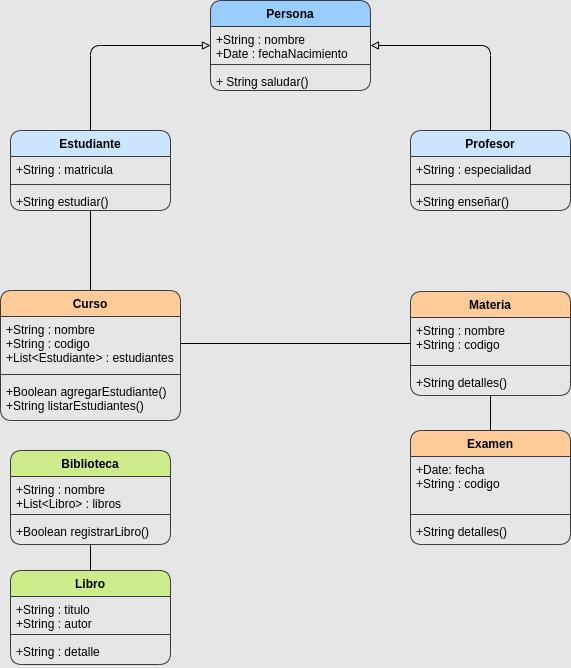
Above: img/diagrama-clases-academica.drawio.png in alexfdb/gestion-academica (draw.io), before the change. Source tidied: cells renumbered, new cells last; positions are measured from the earlier drawing's top-left corner, leaving out a move shared by most shapes.
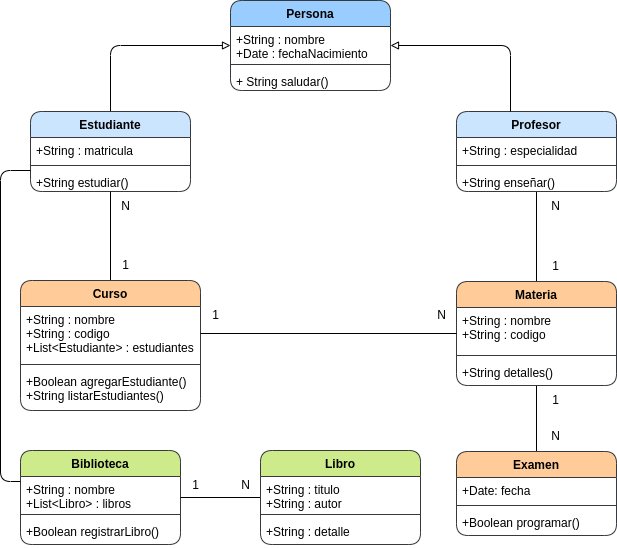
After the commit.

Diff of the diagram source:
```diff
@@ -1,4 +1,4 @@
-<mxGraphModel background="#E6E6E6">
+<mxGraphModel>
   <root>
     <mxCell id="0" />
     <mxCell id="1" parent="0" />
@@ -22,7 +22,7 @@
       </mxGeometry>
     </mxCell>
     <mxCell id="7" value="Estudiante" style="swimlane;fontStyle=1;align=center;verticalAlign=top;horizontal=1;startSize=26;rounded=1;fillColor=#cce5ff;strokeColor=#36393d;" parent="1" vertex="1">
-      <mxGeometry x="10" y="130" width="160" height="80" as="geometry" />
+      <mxGeometry x="10" y="111" width="160" height="80" as="geometry" />
     </mxCell>
     <mxCell id="8" value="+String : matricula" style="text;strokeColor=none;fillColor=none;align=left;verticalAlign=top;spacingLeft=4;spacingRight=4;overflow=hidden;rounded=1;" parent="7" vertex="1">
       <mxGeometry y="26" width="160" height="24" as="geometry" />
@@ -33,8 +33,11 @@
     <mxCell id="10" value="+String estudiar()" style="text;strokeColor=none;fillColor=none;align=left;verticalAlign=top;spacingLeft=4;spacingRight=4;overflow=hidden;rounded=1;" parent="7" vertex="1">
       <mxGeometry y="58" width="160" height="22" as="geometry" />
     </mxCell>
+    <mxCell id="40" style="edgeStyle=orthogonalEdgeStyle;html=1;endArrow=none;endFill=0;" parent="1" edge="1" source="11" target="26">
+      <mxGeometry relative="1" as="geometry" />
+    </mxCell>
     <mxCell id="11" value="Profesor&#10;" style="swimlane;fontStyle=1;align=center;verticalAlign=top;horizontal=1;startSize=26;rounded=1;fillColor=#cce5ff;strokeColor=#36393d;" parent="1" vertex="1">
-      <mxGeometry x="410" y="130" width="160" height="80" as="geometry" />
+      <mxGeometry x="436" y="111" width="160" height="80" as="geometry" />
     </mxCell>
     <mxCell id="12" value="+String : especialidad" style="text;strokeColor=none;fillColor=none;align=left;verticalAlign=top;spacingLeft=4;spacingRight=4;overflow=hidden;rounded=1;" parent="11" vertex="1">
       <mxGeometry y="26" width="160" height="24" as="geometry" />
@@ -45,7 +48,7 @@
     <mxCell id="14" value="+String enseñar()" style="text;strokeColor=none;fillColor=none;align=left;verticalAlign=top;spacingLeft=4;spacingRight=4;overflow=hidden;rounded=1;" parent="11" vertex="1">
       <mxGeometry y="58" width="160" height="22" as="geometry" />
     </mxCell>
-    <mxCell id="15" style="edgeStyle=orthogonalEdgeStyle;html=1;exitX=0.5;exitY=0;exitDx=0;exitDy=0;endArrow=block;endFill=0;rounded=1;" parent="1" edge="1" source="11" target="2">
+    <mxCell id="15" style="edgeStyle=orthogonalEdgeStyle;html=1;endArrow=block;endFill=0;rounded=1;" parent="1" edge="1" source="11" target="2">
       <mxGeometry relative="1" as="geometry">
         <Array as="points">
           <mxPoint x="490" y="45" />
@@ -56,7 +59,7 @@
       <mxGeometry relative="1" as="geometry" />
     </mxCell>
     <mxCell id="17" value="Curso" style="swimlane;fontStyle=1;align=center;verticalAlign=top;horizontal=1;startSize=26;fillColor=#ffcc99;strokeColor=#36393d;rounded=1;" parent="1" vertex="1">
-      <mxGeometry y="290" width="180" height="130" as="geometry" />
+      <mxGeometry y="280" width="180" height="130" as="geometry" />
     </mxCell>
     <mxCell id="18" value="+String : nombre&#10;+String : codigo&#10;+List&lt;Estudiante&gt; : estudiantes" style="text;strokeColor=none;fillColor=none;align=left;verticalAlign=top;spacingLeft=4;spacingRight=4;overflow=hidden;points=[[0,0.5],[1,0.5]];portConstraint=eastwest;rounded=1;" parent="17" vertex="1">
       <mxGeometry y="26" width="180" height="54" as="geometry" />
@@ -71,19 +74,19 @@
       <mxGeometry relative="1" as="geometry" />
     </mxCell>
     <mxCell id="22" value="Examen" style="swimlane;fontStyle=1;align=center;verticalAlign=top;horizontal=1;startSize=26;fillColor=#ffcc99;strokeColor=#36393d;rounded=1;" parent="1" vertex="1">
-      <mxGeometry x="410" y="430" width="160" height="114" as="geometry" />
+      <mxGeometry x="436" y="451" width="160" height="84" as="geometry" />
     </mxCell>
-    <mxCell id="23" value="+Date: fecha&#10;+String : codigo" style="text;strokeColor=none;fillColor=none;align=left;verticalAlign=top;spacingLeft=4;spacingRight=4;overflow=hidden;rounded=1;" parent="22" vertex="1">
-      <mxGeometry y="26" width="160" height="54" as="geometry" />
+    <mxCell id="23" value="+Date: fecha" style="text;strokeColor=none;fillColor=none;align=left;verticalAlign=top;spacingLeft=4;spacingRight=4;overflow=hidden;rounded=1;" parent="22" vertex="1">
+      <mxGeometry y="26" width="160" height="24" as="geometry" />
     </mxCell>
     <mxCell id="24" style="line;strokeWidth=1;fillColor=none;align=left;verticalAlign=middle;spacingTop=-1;spacingLeft=3;spacingRight=3;labelPosition=right;strokeColor=inherit;rounded=1;" parent="22" vertex="1">
-      <mxGeometry y="80" width="160" height="8" as="geometry" />
+      <mxGeometry y="50" width="160" height="8" as="geometry" />
     </mxCell>
-    <mxCell id="25" value="+String detalles()" style="text;strokeColor=none;fillColor=none;align=left;verticalAlign=top;spacingLeft=4;spacingRight=4;overflow=hidden;rounded=1;" parent="22" vertex="1">
-      <mxGeometry y="88" width="160" height="26" as="geometry" />
+    <mxCell id="25" value="+Boolean programar()" style="text;strokeColor=none;fillColor=none;align=left;verticalAlign=top;spacingLeft=4;spacingRight=4;overflow=hidden;rounded=1;" parent="22" vertex="1">
+      <mxGeometry y="58" width="160" height="26" as="geometry" />
     </mxCell>
     <mxCell id="26" value="Materia" style="swimlane;fontStyle=1;align=center;verticalAlign=top;horizontal=1;startSize=26;fillColor=#ffcc99;strokeColor=#36393d;rounded=1;" parent="1" vertex="1">
-      <mxGeometry x="410" y="291" width="160" height="104" as="geometry" />
+      <mxGeometry x="436" y="281" width="160" height="104" as="geometry" />
     </mxCell>
     <mxCell id="27" value="+String : nombre&#10;+String : codigo" style="text;strokeColor=none;fillColor=none;align=left;verticalAlign=top;spacingLeft=4;spacingRight=4;overflow=hidden;rounded=1;" parent="26" vertex="1">
       <mxGeometry y="26" width="160" height="44" as="geometry" />
@@ -98,7 +101,7 @@
       <mxGeometry relative="1" as="geometry" />
     </mxCell>
     <mxCell id="31" value="Biblioteca" style="swimlane;fontStyle=1;align=center;verticalAlign=top;horizontal=1;startSize=26;fillColor=#cdeb8b;strokeColor=#36393d;rounded=1;" parent="1" vertex="1">
-      <mxGeometry x="10" y="450" width="160" height="94" as="geometry" />
+      <mxGeometry y="450" width="160" height="94" as="geometry" />
     </mxCell>
     <mxCell id="32" value="+String : nombre&#10;+List&lt;Libro&gt; : libros" style="text;strokeColor=none;fillColor=none;align=left;verticalAlign=top;spacingLeft=4;spacingRight=4;overflow=hidden;rounded=1;" parent="31" vertex="1">
       <mxGeometry y="26" width="160" height="34" as="geometry" />
@@ -109,11 +112,11 @@
     <mxCell id="34" value="+Boolean registrarLibro()" style="text;strokeColor=none;fillColor=none;align=left;verticalAlign=top;spacingLeft=4;spacingRight=4;overflow=hidden;rounded=1;" parent="31" vertex="1">
       <mxGeometry y="68" width="160" height="26" as="geometry" />
     </mxCell>
-    <mxCell id="35" style="edgeStyle=none;html=1;exitX=0.5;exitY=0;exitDx=0;exitDy=0;endArrow=none;endFill=0;" parent="1" edge="1" source="36" target="31">
+    <mxCell id="35" style="edgeStyle=none;html=1;endArrow=none;endFill=0;" parent="1" edge="1" source="36" target="31">
       <mxGeometry relative="1" as="geometry" />
     </mxCell>
     <mxCell id="36" value="Libro" style="swimlane;fontStyle=1;align=center;verticalAlign=top;horizontal=1;startSize=26;fillColor=#cdeb8b;strokeColor=#36393d;rounded=1;" parent="1" vertex="1">
-      <mxGeometry x="10" y="570" width="160" height="94" as="geometry" />
+      <mxGeometry x="240" y="450" width="160" height="94" as="geometry" />
     </mxCell>
     <mxCell id="37" value="+String : titulo&#10;+String : autor" style="text;strokeColor=none;fillColor=none;align=left;verticalAlign=top;spacingLeft=4;spacingRight=4;overflow=hidden;rounded=1;" parent="36" vertex="1">
       <mxGeometry y="26" width="160" height="34" as="geometry" />
@@ -124,5 +127,43 @@
     <mxCell id="39" value="+String : detalle" style="text;strokeColor=none;fillColor=none;align=left;verticalAlign=top;spacingLeft=4;spacingRight=4;overflow=hidden;rounded=1;" parent="36" vertex="1">
       <mxGeometry y="68" width="160" height="26" as="geometry" />
     </mxCell>
+    <mxCell id="41" style="edgeStyle=orthogonalEdgeStyle;html=1;endArrow=none;endFill=0;" parent="1" edge="1" source="7" target="31">
+      <mxGeometry relative="1" as="geometry">
+        <Array as="points">
+          <mxPoint x="-20" y="170" />
+          <mxPoint x="-20" y="481" />
+        </Array>
+      </mxGeometry>
+    </mxCell>
+    <mxCell id="42" value="1" style="text;html=1;align=center;verticalAlign=middle;strokeColor=none;fillColor=none;" parent="1" vertex="1">
+      <mxGeometry x="160" y="470" width="30" height="30" as="geometry" />
+    </mxCell>
+    <mxCell id="43" value="N" style="text;html=1;align=center;verticalAlign=middle;strokeColor=none;fillColor=none;" parent="1" vertex="1">
+      <mxGeometry x="210" y="470" width="30" height="30" as="geometry" />
+    </mxCell>
+    <mxCell id="44" value="1" style="text;html=1;align=center;verticalAlign=middle;strokeColor=none;fillColor=none;" parent="1" vertex="1">
+      <mxGeometry x="180" y="300" width="30" height="30" as="geometry" />
+    </mxCell>
+    <mxCell id="45" value="N" style="text;html=1;align=center;verticalAlign=middle;strokeColor=none;fillColor=none;" parent="1" vertex="1">
+      <mxGeometry x="406" y="300" width="30" height="30" as="geometry" />
+    </mxCell>
+    <mxCell id="46" value="N" style="text;html=1;align=center;verticalAlign=middle;strokeColor=none;fillColor=none;" parent="1" vertex="1">
+      <mxGeometry x="90" y="191" width="30" height="30" as="geometry" />
+    </mxCell>
+    <mxCell id="47" value="1" style="text;html=1;align=center;verticalAlign=middle;strokeColor=none;fillColor=none;" parent="1" vertex="1">
+      <mxGeometry x="90" y="250" width="30" height="30" as="geometry" />
+    </mxCell>
+    <mxCell id="48" value="N" style="text;html=1;align=center;verticalAlign=middle;strokeColor=none;fillColor=none;" parent="1" vertex="1">
+      <mxGeometry x="520" y="421" width="30" height="30" as="geometry" />
+    </mxCell>
+    <mxCell id="49" value="1" style="text;html=1;align=center;verticalAlign=middle;strokeColor=none;fillColor=none;" parent="1" vertex="1">
+      <mxGeometry x="520" y="385" width="30" height="30" as="geometry" />
+    </mxCell>
+    <mxCell id="50" value="1" style="text;html=1;align=center;verticalAlign=middle;strokeColor=none;fillColor=none;" parent="1" vertex="1">
+      <mxGeometry x="520" y="251" width="30" height="30" as="geometry" />
+    </mxCell>
+    <mxCell id="51" value="N" style="text;html=1;align=center;verticalAlign=middle;strokeColor=none;fillColor=none;" parent="1" vertex="1">
+      <mxGeometry x="520" y="191" width="30" height="30" as="geometry" />
+    </mxCell>
   </root>
 </mxGraphModel>
```
